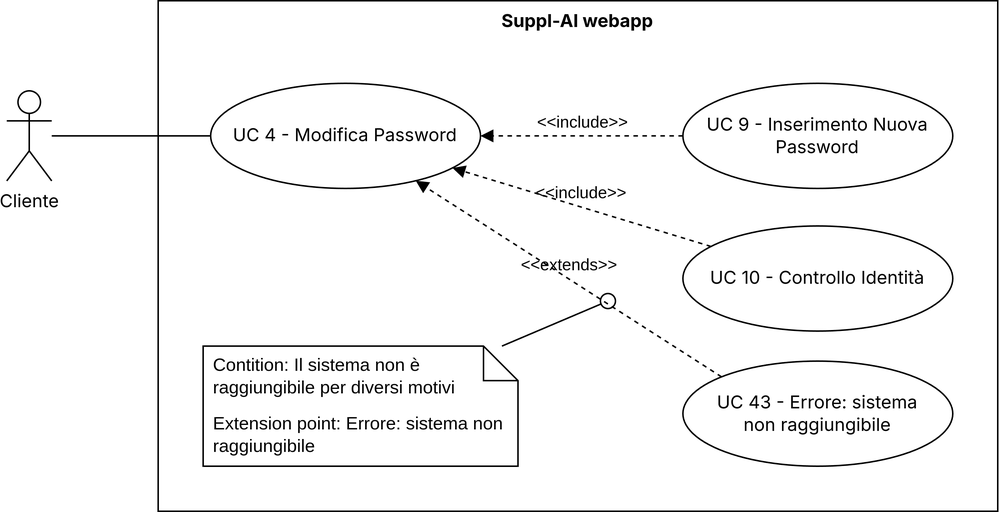
Above: 3 - PB/imgs/uc4.png in CodeHex16/documentazione (draw.io), before the change. Source tidied: cells renumbered, new cells last; positions are measured from the earlier drawing's top-left corner, leaving out a move shared by most shapes.
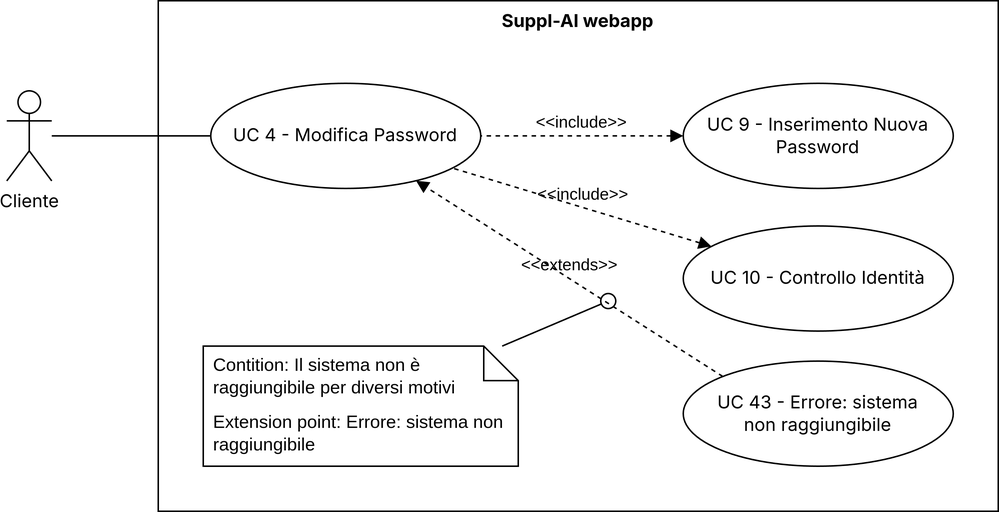
The same diagram one commit later.

The edit, as a diff of the source:
```diff
@@ -37,13 +37,13 @@
     <mxCell id="12" value="UC 9 - Inserimento Nuova Password" style="ellipse;whiteSpace=wrap;html=1;fontFamily=Inter;" parent="1" vertex="1">
       <mxGeometry x="451" y="55" width="180" height="70" as="geometry" />
     </mxCell>
-    <mxCell id="13" value="&amp;lt;&amp;lt;include&amp;gt;&amp;gt;" style="html=1;verticalAlign=bottom;labelBackgroundColor=none;endArrow=block;endFill=1;dashed=1;rounded=0;" parent="1" edge="1" source="12" target="4">
+    <mxCell id="13" value="&amp;lt;&amp;lt;include&amp;gt;&amp;gt;" style="html=1;verticalAlign=bottom;labelBackgroundColor=none;endArrow=none;endFill=1;dashed=1;rounded=0;startArrow=block;startFill=1;" parent="1" edge="1" source="12" target="4">
       <mxGeometry relative="1" as="geometry" />
     </mxCell>
     <mxCell id="14" value="UC 10 - Controllo Identità" style="ellipse;whiteSpace=wrap;html=1;fontFamily=Inter;" parent="1" vertex="1">
       <mxGeometry x="451" y="150" width="180" height="70" as="geometry" />
     </mxCell>
-    <mxCell id="15" value="&amp;lt;&amp;lt;include&amp;gt;&amp;gt;" style="html=1;verticalAlign=bottom;labelBackgroundColor=none;endArrow=block;endFill=1;dashed=1;rounded=0;" parent="1" edge="1" source="14" target="4">
+    <mxCell id="15" value="&amp;lt;&amp;lt;include&amp;gt;&amp;gt;" style="html=1;verticalAlign=bottom;labelBackgroundColor=none;endArrow=none;endFill=1;dashed=1;rounded=0;startArrow=block;startFill=1;" parent="1" edge="1" source="14" target="4">
       <mxGeometry relative="1" as="geometry" />
     </mxCell>
   </root>
```
